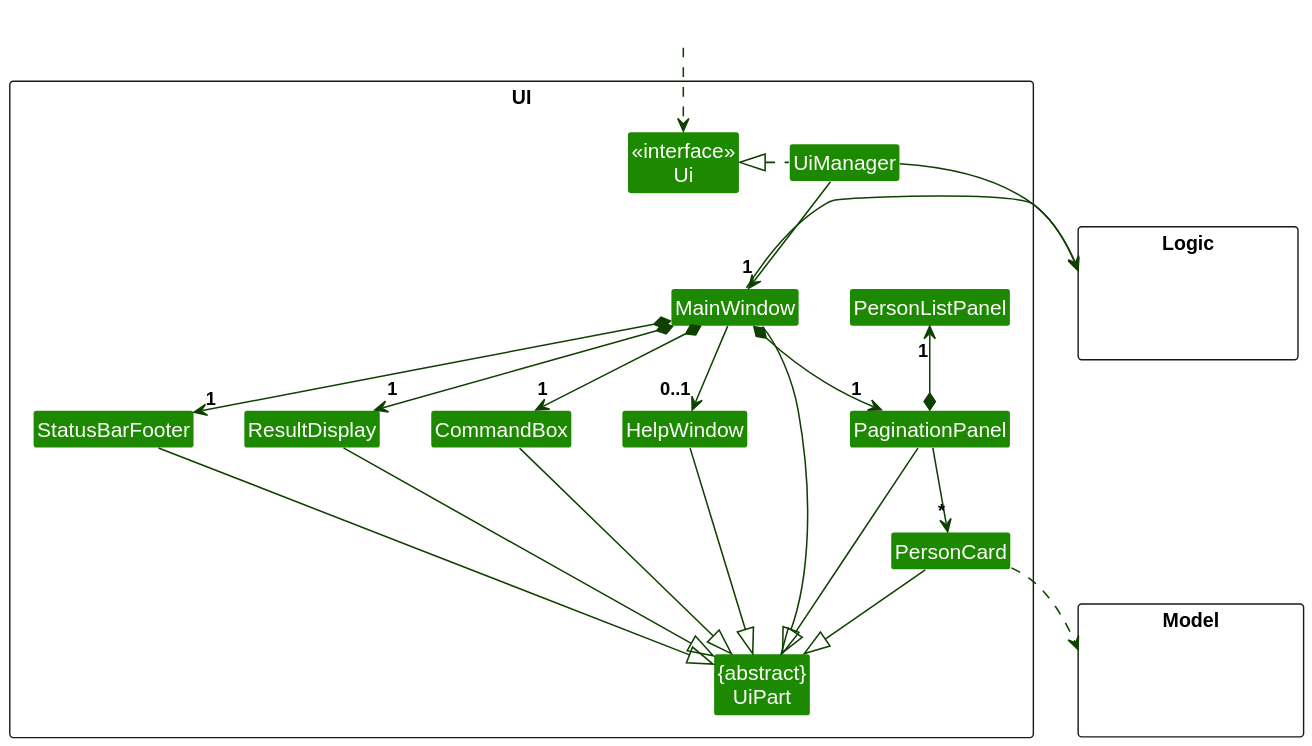
nus-cs2103-AY2425S1/tp keeps this PlantUML diagram as docs/diagrams/UiClassDiagram.svg. Above is the earlier version.
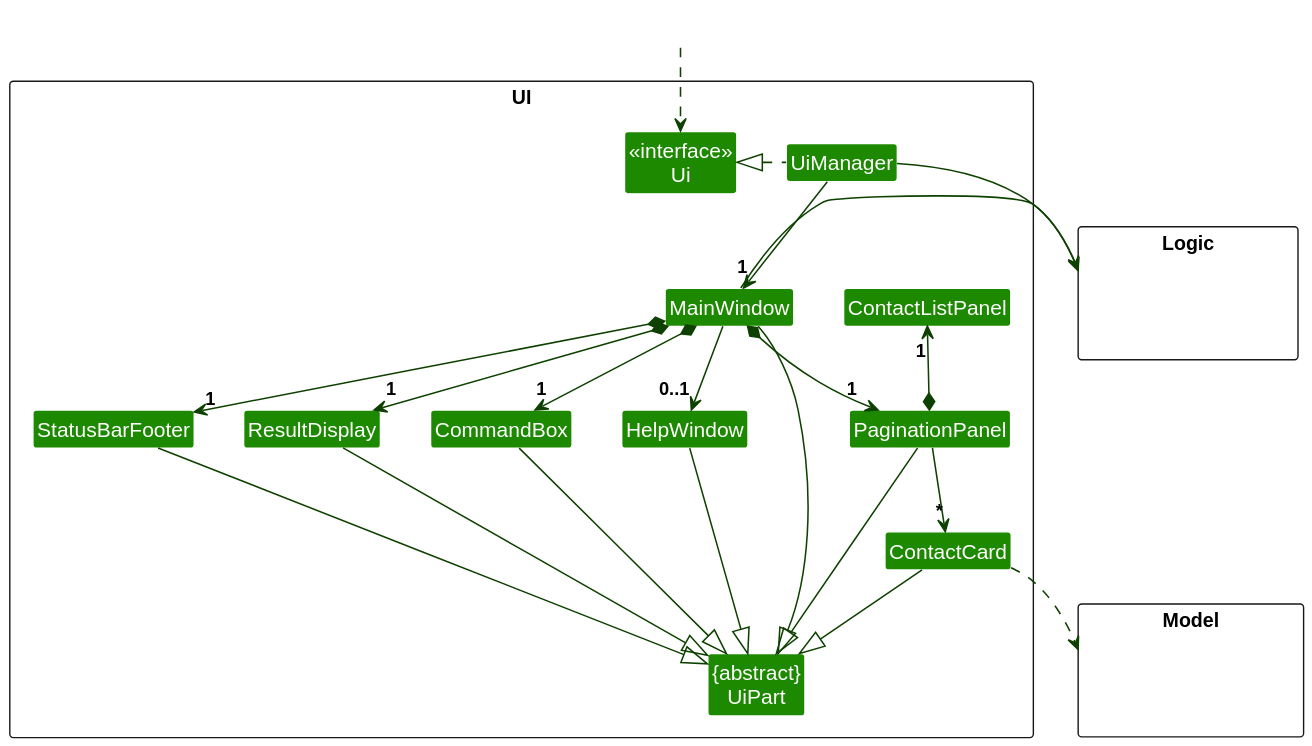
The same diagram one commit later.

What changed in the source:
```diff
@@ -12,8 +12,8 @@
 Class HelpWindow
 Class ResultDisplay
 Class PaginationPanel
-Class PersonListPanel
-Class PersonCard
+Class ContactListPanel
+Class ContactCard
 Class StatusBarFooter
 Class CommandBox
 }
@@ -37,20 +37,20 @@
 MainWindow *-down-> "1" StatusBarFooter
 MainWindow --> "0..1" HelpWindow
 
-PaginationPanel *-up-> "1" PersonListPanel
+PaginationPanel *-up-> "1" ContactListPanel
 
-PaginationPanel -down-> "*" PersonCard
+PaginationPanel -down-> "*" ContactCard
 
 MainWindow -left-|> UiPart
 
 ResultDisplay --|> UiPart
 CommandBox --|> UiPart
 PaginationPanel --|> UiPart
-PersonCard --|> UiPart
+ContactCard --|> UiPart
 StatusBarFooter --|> UiPart
 HelpWindow --|> UiPart
 
-PersonCard ..> Model
+ContactCard ..> Model
 UiManager -right-> Logic
 MainWindow -left-> Logic
 
```
